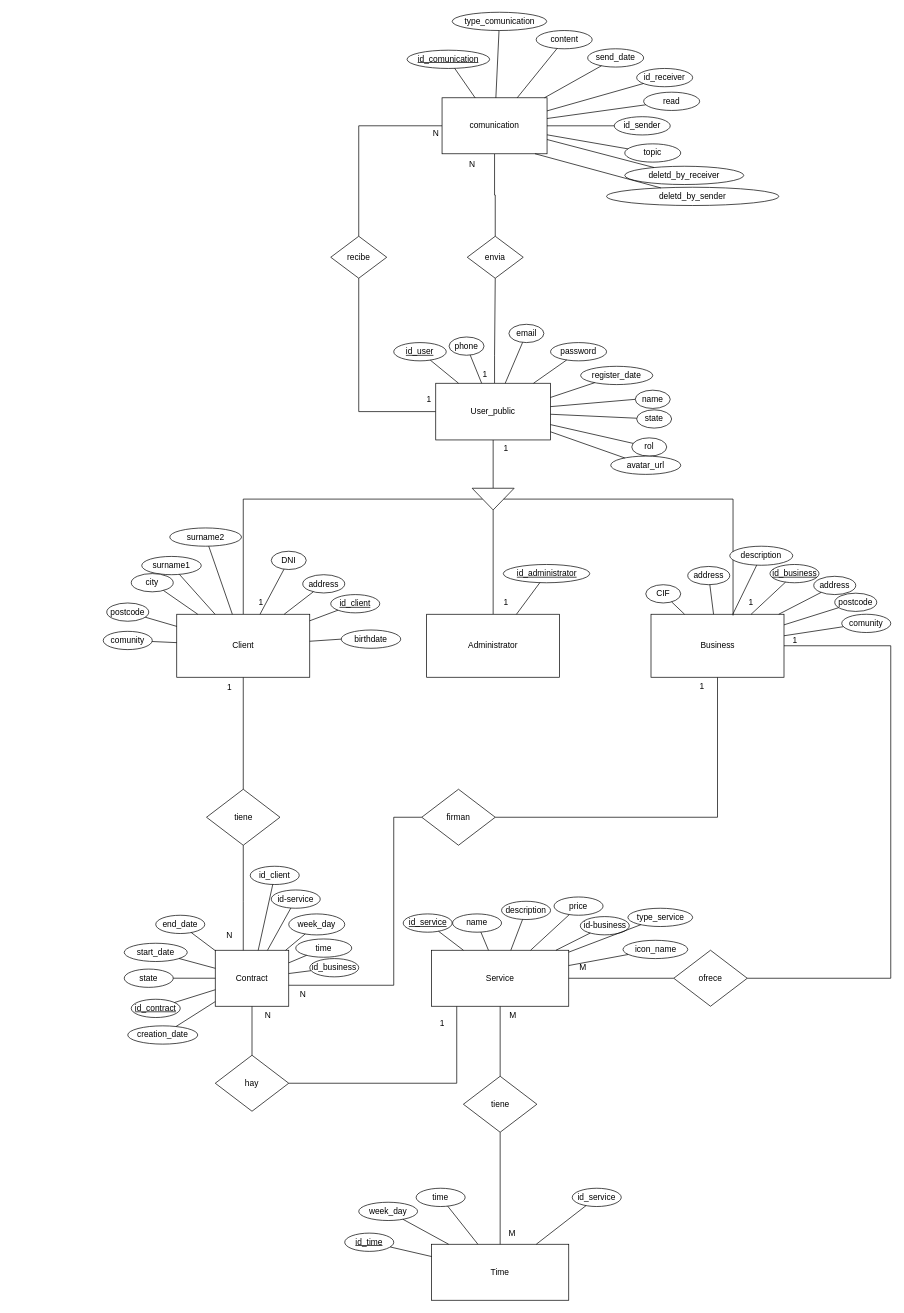
This is documentacion_extra/base_datos/ER.drawio from egilp04/TFG_Cuidados, a draw.io file, before an edit. Source tidied: cells renumbered, new cells numbered last; positions are measured from the earlier drawing's top-left corner, leaving out a move shared by most shapes. Both pictures are drawn from the tidied source at 70%, with x=0, y=0 at pixel (103, 12).
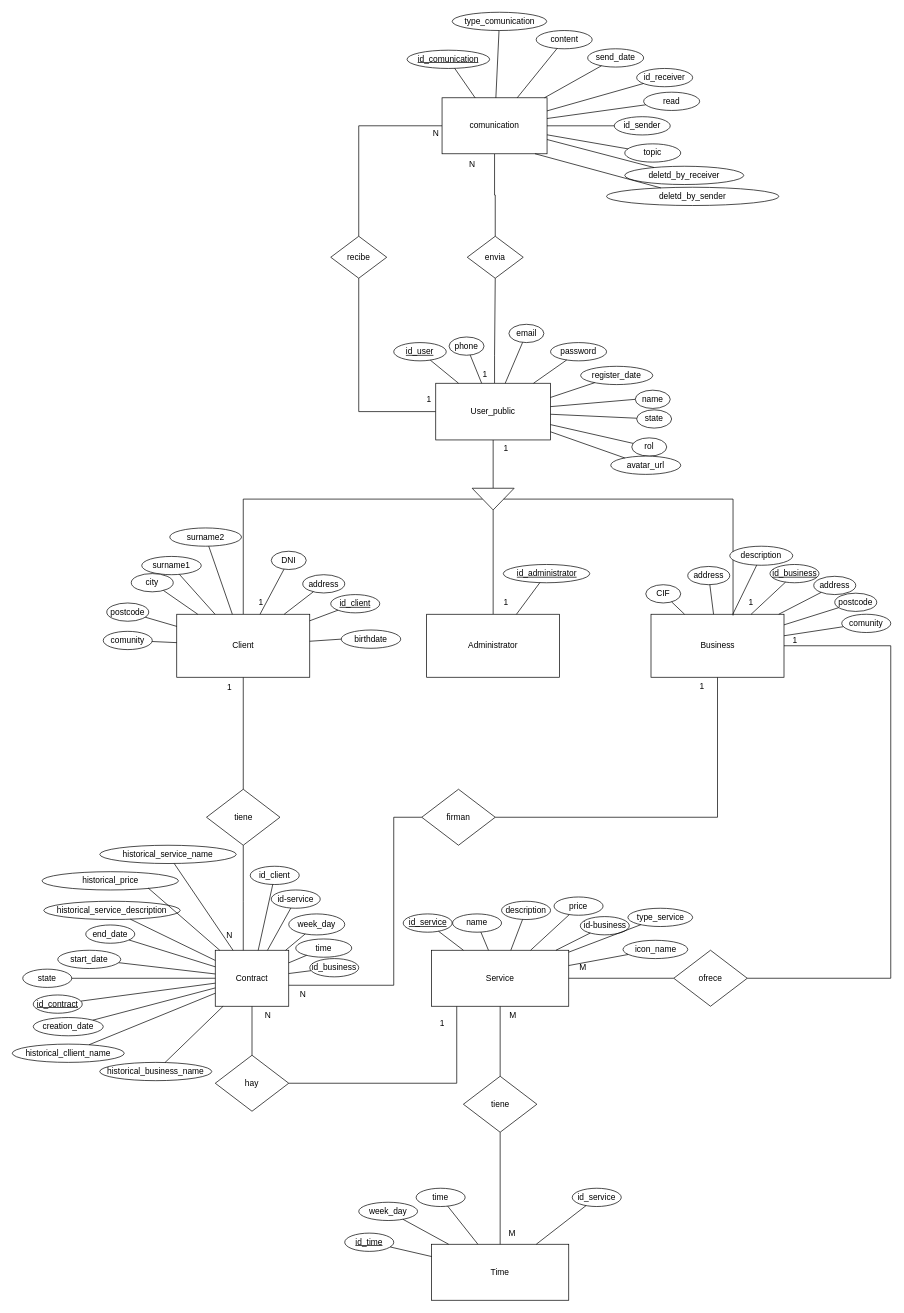
The same page after the edit.

The change refers to these unchanged cells:
```xml
<mxCell id="3" value="Contract" style="rounded=0;whiteSpace=wrap;html=1;" parent="1" vertex="1">
  <mxGeometry x="160" y="1340" width="105" height="80" as="geometry" />
</mxCell>
```

Change to the diagram source:
```diff
@@
     <mxCell id="62" value="state" style="ellipse;whiteSpace=wrap;html=1;" parent="1" vertex="1">
-      <mxGeometry x="30" y="1366.9" width="70" height="26.1" as="geometry" />
+      <mxGeometry x="-115" y="1367" width="70" height="26.1" as="geometry" />
     </mxCell>
     <mxCell id="63" value="start_date" style="ellipse;whiteSpace=wrap;html=1;" parent="1" vertex="1">
-      <mxGeometry x="30" y="1330" width="90" height="26.1" as="geometry" />
+      <mxGeometry x="-65" y="1340" width="90" height="26.1" as="geometry" />
     </mxCell>
     <mxCell id="64" value="end_date" style="ellipse;whiteSpace=wrap;html=1;" parent="1" vertex="1">
-      <mxGeometry x="75" y="1290" width="70" height="26.1" as="geometry" />
+      <mxGeometry x="-25" y="1303.9" width="70" height="26.1" as="geometry" />
     </mxCell>
@@
     <mxCell id="67" value="&lt;u&gt;id_contract&lt;/u&gt;" style="ellipse;whiteSpace=wrap;html=1;" parent="1" vertex="1">
-      <mxGeometry x="40" y="1410" width="70" height="26.1" as="geometry" />
+      <mxGeometry x="-100" y="1403.9" width="70" height="26.1" as="geometry" />
     </mxCell>
@@
     <mxCell id="130" value="creation_date" style="ellipse;whiteSpace=wrap;html=1;" parent="1" vertex="1">
-      <mxGeometry x="35" y="1448" width="100" height="26.1" as="geometry" />
+      <mxGeometry x="-100" y="1436.1" width="100" height="26.1" as="geometry" />
     </mxCell>
@@
+    <mxCell id="168" value="historical_service_description" style="ellipse;whiteSpace=wrap;html=1;" parent="1" vertex="1">
+      <mxGeometry x="-85" y="1270" width="195" height="26.1" as="geometry" />
+    </mxCell>
+    <mxCell id="169" value="historical_cllient_name" style="ellipse;whiteSpace=wrap;html=1;" parent="1" vertex="1">
+      <mxGeometry x="-130" y="1474.1" width="160" height="26.1" as="geometry" />
+    </mxCell>
+    <mxCell id="170" value="historical_business_name" style="ellipse;whiteSpace=wrap;html=1;" parent="1" vertex="1">
+      <mxGeometry x="-5" y="1500.2" width="160" height="26.1" as="geometry" />
+    </mxCell>
+    <mxCell id="171" style="endArrow=none;html=1;rounded=0;" parent="1" edge="1" source="3" target="169">
+      <mxGeometry relative="1" as="geometry" />
+    </mxCell>
+    <mxCell id="172" style="endArrow=none;html=1;rounded=0;" parent="1" edge="1" source="3" target="170">
+      <mxGeometry relative="1" as="geometry" />
+    </mxCell>
+    <mxCell id="173" value="historical_price" style="ellipse;whiteSpace=wrap;html=1;" parent="1" vertex="1">
+      <mxGeometry x="-87.5" y="1227.8" width="195" height="26.1" as="geometry" />
+    </mxCell>
+    <mxCell id="174" value="historical_service_name" style="ellipse;whiteSpace=wrap;html=1;" parent="1" vertex="1">
+      <mxGeometry x="-5" y="1190" width="195" height="26.1" as="geometry" />
+    </mxCell>
+    <mxCell id="175" style="endArrow=none;html=1;rounded=0;" parent="1" edge="1" source="3" target="168">
+      <mxGeometry relative="1" as="geometry" />
+    </mxCell>
+    <mxCell id="176" style="endArrow=none;html=1;rounded=0;entryX=0.777;entryY=0.889;entryDx=0;entryDy=0;entryPerimeter=0;" parent="1" edge="1" source="3" target="173">
+      <mxGeometry relative="1" as="geometry" />
+    </mxCell>
+    <mxCell id="177" style="endArrow=none;html=1;rounded=0;" parent="1" edge="1" source="3" target="174">
+      <mxGeometry relative="1" as="geometry" />
+    </mxCell>
```
